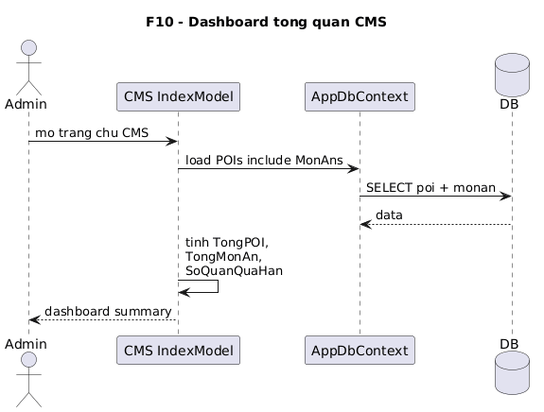
Earlier version of the PlantUML export docs/diagrams/png/10-dashboard-sequence.png (VoBao182/PhoAmThuc). Its diagram source:
```plantuml
@startuml
title F10 - Dashboard tong quan CMS

actor Admin
participant "CMS IndexModel" as IndexModel
participant AppDbContext
database DB

Admin -> IndexModel: mo trang chu CMS
IndexModel -> AppDbContext: load POIs include MonAns
AppDbContext -> DB: SELECT poi + monan
DB --> AppDbContext: data
IndexModel -> IndexModel: tinh TongPOI,\nTongMonAn,\nSoQuanQuaHan
IndexModel --> Admin: dashboard summary
@enduml
```
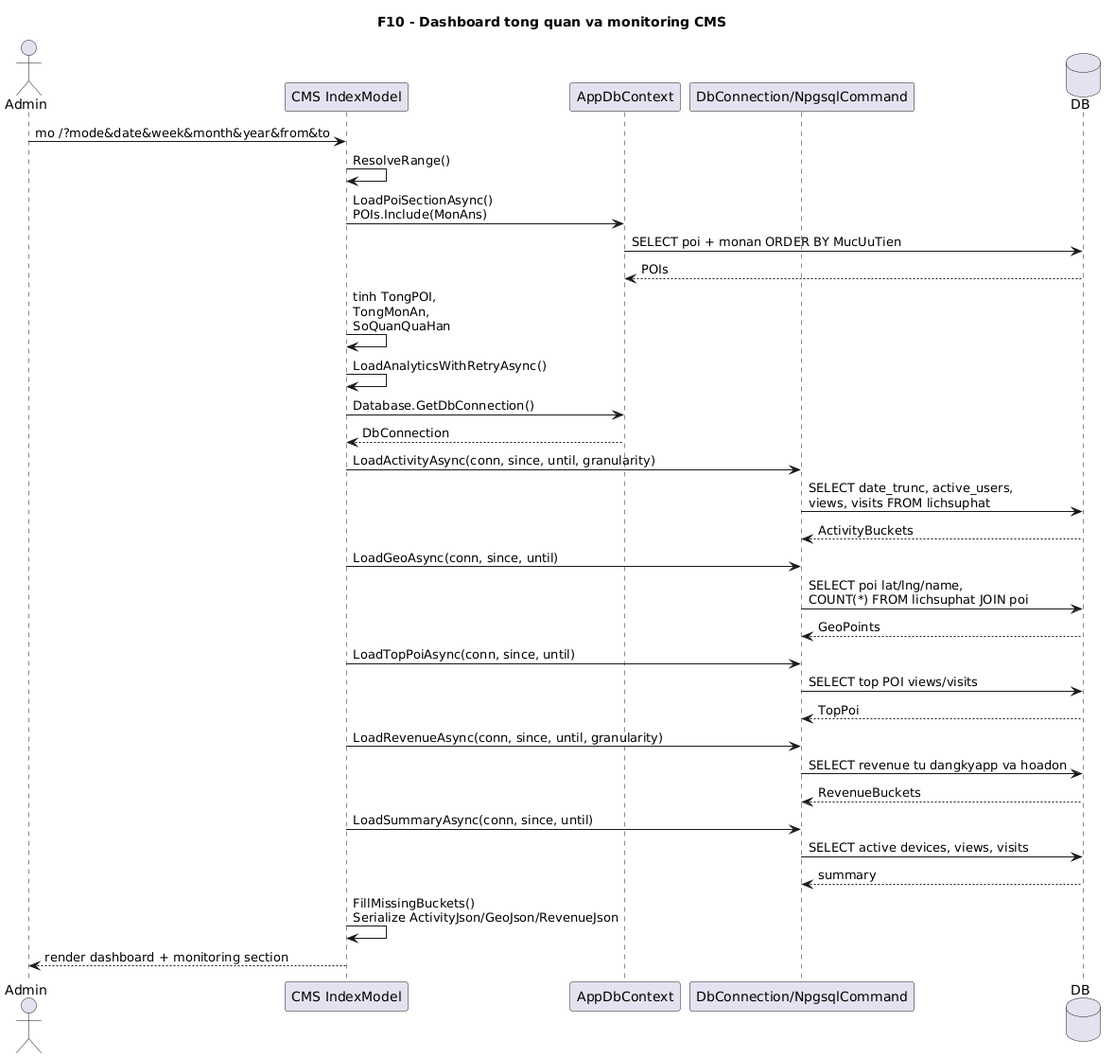
After the commit.

Change to the diagram source:
```diff
@@ -1,15 +1,43 @@
 @startuml
-title F10 - Dashboard tong quan CMS
+title F10 - Dashboard tong quan va monitoring CMS
 
 actor Admin
 participant "CMS IndexModel" as IndexModel
 participant AppDbContext
+participant "DbConnection/NpgsqlCommand" as Npgsql
 database DB
 
-Admin -> IndexModel: mo trang chu CMS
-IndexModel -> AppDbContext: load POIs include MonAns
-AppDbContext -> DB: SELECT poi + monan
-DB --> AppDbContext: data
+Admin -> IndexModel: mo /?mode&date&week&month&year&from&to
+IndexModel -> IndexModel: ResolveRange()
+
+IndexModel -> AppDbContext: LoadPoiSectionAsync()\nPOIs.Include(MonAns)
+AppDbContext -> DB: SELECT poi + monan ORDER BY MucUuTien
+DB --> AppDbContext: POIs
 IndexModel -> IndexModel: tinh TongPOI,\nTongMonAn,\nSoQuanQuaHan
-IndexModel --> Admin: dashboard summary
+
+IndexModel -> IndexModel: LoadAnalyticsWithRetryAsync()
+IndexModel -> AppDbContext: Database.GetDbConnection()
+AppDbContext --> IndexModel: DbConnection
+IndexModel -> Npgsql: LoadActivityAsync(conn, since, until, granularity)
+Npgsql -> DB: SELECT date_trunc, active_users,\nviews, visits FROM lichsuphat
+DB --> Npgsql: ActivityBuckets
+
+IndexModel -> Npgsql: LoadGeoAsync(conn, since, until)
+Npgsql -> DB: SELECT poi lat/lng/name,\nCOUNT(*) FROM lichsuphat JOIN poi
+DB --> Npgsql: GeoPoints
+
+IndexModel -> Npgsql: LoadTopPoiAsync(conn, since, until)
+Npgsql -> DB: SELECT top POI views/visits
+DB --> Npgsql: TopPoi
+
+IndexModel -> Npgsql: LoadRevenueAsync(conn, since, until, granularity)
+Npgsql -> DB: SELECT revenue tu dangkyapp va hoadon
+DB --> Npgsql: RevenueBuckets
+
+IndexModel -> Npgsql: LoadSummaryAsync(conn, since, until)
+Npgsql -> DB: SELECT active devices, views, visits
+DB --> Npgsql: summary
+
+IndexModel -> IndexModel: FillMissingBuckets()\nSerialize ActivityJson/GeoJson/RevenueJson
+IndexModel --> Admin: render dashboard + monitoring section
 @enduml
```
